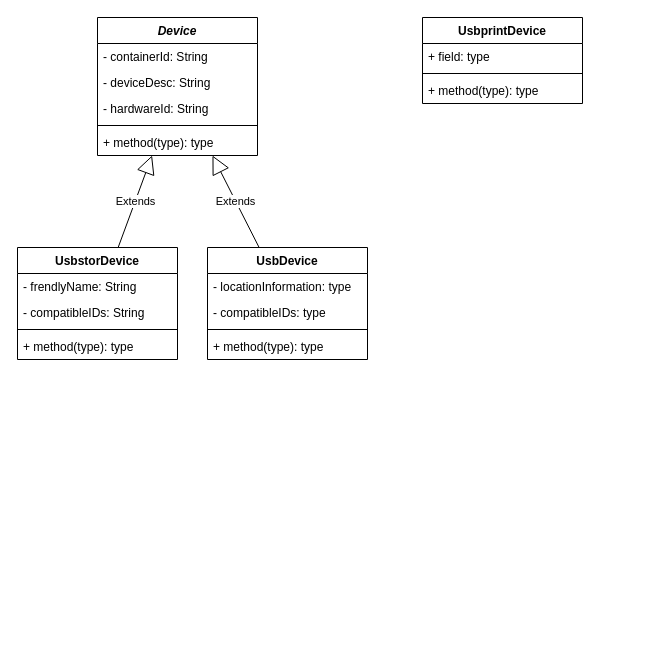
The draw.io diagram UML diagrams.drawio in Quitest/USBDDx, before the edit. Source tidied: cells renumbered, new cells numbered last; positions are measured from the earlier drawing's top-left corner, leaving out a move shared by most shapes. Both pictures are drawn from the tidied source at 100%, with x=0, y=0 at pixel (17, 17).
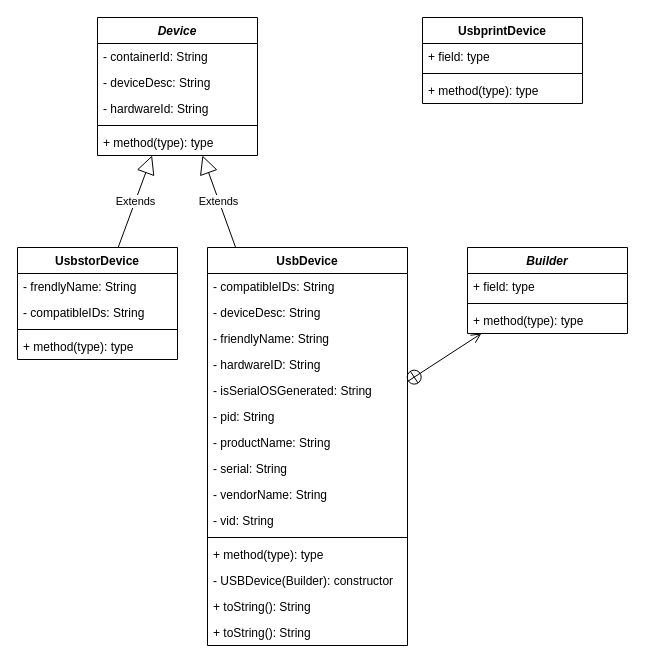
The same diagram, later.

Commit message:
USBDDx-10 Навести небольшой "марафет" в RegystryAnalizer savepoint

What changed in the source:
```diff
@@
     <mxCell id="8" value="UsbDevice" style="swimlane;fontStyle=1;align=center;verticalAlign=top;horizontal=1;startSize=26;" parent="1" vertex="1">
-      <mxGeometry x="190" y="230" width="160" height="112" as="geometry" />
+      <mxGeometry x="190" y="230" width="200" height="398" as="geometry" />
     </mxCell>
-    <mxCell id="9" value="- locationInformation: type" style="text;strokeColor=none;fillColor=none;align=left;verticalAlign=top;spacingLeft=4;spacingRight=4;overflow=hidden;" parent="8" vertex="1">
-      <mxGeometry y="26" width="160" height="26" as="geometry" />
+    <mxCell id="9" value="- compatibleIDs: String" style="text;strokeColor=none;fillColor=none;align=left;verticalAlign=top;spacingLeft=4;spacingRight=4;overflow=hidden;" parent="8" vertex="1">
+      <mxGeometry y="26" width="200" height="26" as="geometry" />
     </mxCell>
+    <mxCell id="24" value="- deviceDesc: String" style="text;strokeColor=none;fillColor=none;align=left;verticalAlign=top;spacingLeft=4;spacingRight=4;overflow=hidden;" parent="8" vertex="1">
+      <mxGeometry y="52" width="200" height="26" as="geometry" />
+    </mxCell>
+    <mxCell id="25" value="- friendlyName: String" style="text;strokeColor=none;fillColor=none;align=left;verticalAlign=top;spacingLeft=4;spacingRight=4;overflow=hidden;" parent="8" vertex="1">
+      <mxGeometry y="78" width="200" height="26" as="geometry" />
+    </mxCell>
+    <mxCell id="26" value="- hardwareID: String" style="text;strokeColor=none;fillColor=none;align=left;verticalAlign=top;spacingLeft=4;spacingRight=4;overflow=hidden;" parent="8" vertex="1">
+      <mxGeometry y="104" width="200" height="26" as="geometry" />
+    </mxCell>
+    <mxCell id="27" value="- isSerialOSGenerated: String" style="text;strokeColor=none;fillColor=none;align=left;verticalAlign=top;spacingLeft=4;spacingRight=4;overflow=hidden;" parent="8" vertex="1">
+      <mxGeometry y="130" width="200" height="26" as="geometry" />
+    </mxCell>
+    <mxCell id="28" value="- pid: String" style="text;strokeColor=none;fillColor=none;align=left;verticalAlign=top;spacingLeft=4;spacingRight=4;overflow=hidden;" parent="8" vertex="1">
+      <mxGeometry y="156" width="200" height="26" as="geometry" />
+    </mxCell>
+    <mxCell id="29" value="- productName: String" style="text;strokeColor=none;fillColor=none;align=left;verticalAlign=top;spacingLeft=4;spacingRight=4;overflow=hidden;" parent="8" vertex="1">
+      <mxGeometry y="182" width="200" height="26" as="geometry" />
+    </mxCell>
+    <mxCell id="30" value="- serial: String" style="text;strokeColor=none;fillColor=none;align=left;verticalAlign=top;spacingLeft=4;spacingRight=4;overflow=hidden;" parent="8" vertex="1">
+      <mxGeometry y="208" width="200" height="26" as="geometry" />
+    </mxCell>
+    <mxCell id="31" value="- vendorName: String" style="text;strokeColor=none;fillColor=none;align=left;verticalAlign=top;spacingLeft=4;spacingRight=4;overflow=hidden;" parent="8" vertex="1">
+      <mxGeometry y="234" width="200" height="26" as="geometry" />
+    </mxCell>
-    <mxCell id="10" value="- compatibleIDs: type" style="text;strokeColor=none;fillColor=none;align=left;verticalAlign=top;spacingLeft=4;spacingRight=4;overflow=hidden;" parent="8" vertex="1">
-      <mxGeometry y="52" width="160" height="26" as="geometry" />
+    <mxCell id="10" value="- vid: String" style="text;strokeColor=none;fillColor=none;align=left;verticalAlign=top;spacingLeft=4;spacingRight=4;overflow=hidden;" parent="8" vertex="1">
+      <mxGeometry y="260" width="200" height="26" as="geometry" />
     </mxCell>
     <mxCell id="11" style="line;strokeWidth=1;fillColor=none;align=left;verticalAlign=middle;spacingTop=-1;spacingLeft=3;spacingRight=3;labelPosition=right;" parent="8" vertex="1">
-      <mxGeometry y="78" width="160" height="8" as="geometry" />
+      <mxGeometry y="286" width="200" height="8" as="geometry" />
     </mxCell>
     <mxCell id="12" value="+ method(type): type" style="text;strokeColor=none;fillColor=none;align=left;verticalAlign=top;spacingLeft=4;spacingRight=4;overflow=hidden;" parent="8" vertex="1">
-      <mxGeometry y="86" width="160" height="26" as="geometry" />
+      <mxGeometry y="294" width="200" height="26" as="geometry" />
     </mxCell>
+    <mxCell id="32" value="- USBDevice(Builder): constructor" style="text;strokeColor=none;fillColor=none;align=left;verticalAlign=top;spacingLeft=4;spacingRight=4;overflow=hidden;" parent="8" vertex="1">
+      <mxGeometry y="320" width="200" height="26" as="geometry" />
+    </mxCell>
+    <mxCell id="33" value="+ toString(): String" style="text;strokeColor=none;fillColor=none;align=left;verticalAlign=top;spacingLeft=4;spacingRight=4;overflow=hidden;" parent="8" vertex="1">
+      <mxGeometry y="346" width="200" height="26" as="geometry" />
+    </mxCell>
+    <mxCell id="34" value="+ toString(): String" style="text;strokeColor=none;fillColor=none;align=left;verticalAlign=top;spacingLeft=4;spacingRight=4;overflow=hidden;" parent="8" vertex="1">
+      <mxGeometry y="372" width="200" height="26" as="geometry" />
+    </mxCell>
@@
+    <mxCell id="35" value="Builder" style="swimlane;fontStyle=3;align=center;verticalAlign=top;horizontal=1;startSize=26;" parent="1" vertex="1">
+      <mxGeometry x="450" y="230" width="160" height="86" as="geometry" />
+    </mxCell>
+    <mxCell id="36" value="+ field: type" style="text;strokeColor=none;fillColor=none;align=left;verticalAlign=top;spacingLeft=4;spacingRight=4;overflow=hidden;" parent="35" vertex="1">
+      <mxGeometry y="26" width="160" height="26" as="geometry" />
+    </mxCell>
+    <mxCell id="37" style="line;strokeWidth=1;fillColor=none;align=left;verticalAlign=middle;spacingTop=-1;spacingLeft=3;spacingRight=3;labelPosition=right;" parent="35" vertex="1">
+      <mxGeometry y="52" width="160" height="8" as="geometry" />
+    </mxCell>
+    <mxCell id="38" value="+ method(type): type" style="text;strokeColor=none;fillColor=none;align=left;verticalAlign=top;spacingLeft=4;spacingRight=4;overflow=hidden;" parent="35" vertex="1">
+      <mxGeometry y="60" width="160" height="26" as="geometry" />
+    </mxCell>
+    <mxCell id="39" style="endArrow=open;startArrow=circlePlus;endFill=0;startFill=0;endSize=8;html=1;rounded=0;" parent="1" edge="1" source="8" target="35">
+      <mxGeometry relative="1" as="geometry" />
+    </mxCell>
```
